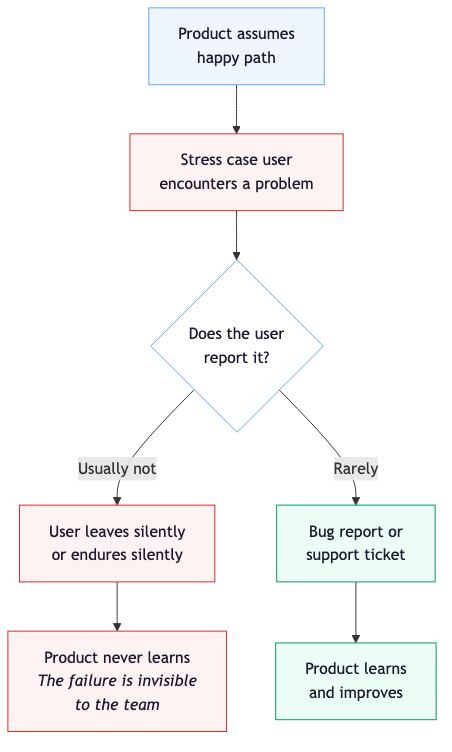
This is content/books/small-mercies/images/fig-11.2-the-silence-of-the-invisible-user.png from mugglemagic/markbasford.co.uk, a Mermaid export, as it was before one commit. Its source is kept beside it as content/books/small-mercies/images/fig-11.2-the-silence-of-the-invisible-user.mmd. Source of this version:
```mermaid
graph TD
    A["Product assumes<br/>happy path"] --> B["Stress case user<br/>encounters a problem"]
    B --> C{"Does the user<br/>report it?"}
    C -->|"Usually not"| D["User leaves silently<br/>or endures silently"]
    C -->|"Rarely"| E["Bug report or<br/>support ticket"]
    D --> F["Product never learns<br/><em>The failure is invisible<br/>to the team</em>"]
    E --> G["Product learns<br/>and improves"]

    style A fill:#eff6ff,stroke:#60A5FA,color:#1a1a2e
    style B fill:#fef2f2,stroke:#dc2626,color:#1a1a2e
    style C fill:#fff,stroke:#60A5FA,color:#1a1a2e
    style D fill:#fef2f2,stroke:#dc2626,color:#1a1a2e
    style E fill:#ecfdf5,stroke:#059669,color:#1a1a2e
    style F fill:#fef2f2,stroke:#dc2626,color:#1a1a2e
    style G fill:#ecfdf5,stroke:#059669,color:#1a1a2e
```
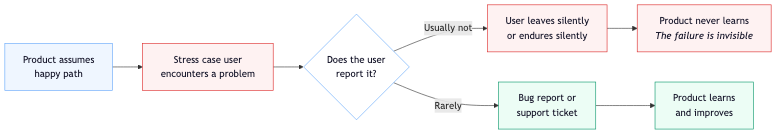
The same file after the commit.

The edit, as a diff of the source:
```diff
@@ -1,9 +1,9 @@
-graph TD
+graph LR
     A["Product assumes<br/>happy path"] --> B["Stress case user<br/>encounters a problem"]
     B --> C{"Does the user<br/>report it?"}
     C -->|"Usually not"| D["User leaves silently<br/>or endures silently"]
     C -->|"Rarely"| E["Bug report or<br/>support ticket"]
-    D --> F["Product never learns<br/><em>The failure is invisible<br/>to the team</em>"]
+    D --> F["Product never learns<br/><em>The failure is invisible</em>"]
     E --> G["Product learns<br/>and improves"]
 
     style A fill:#eff6ff,stroke:#60A5FA,color:#1a1a2e
```
